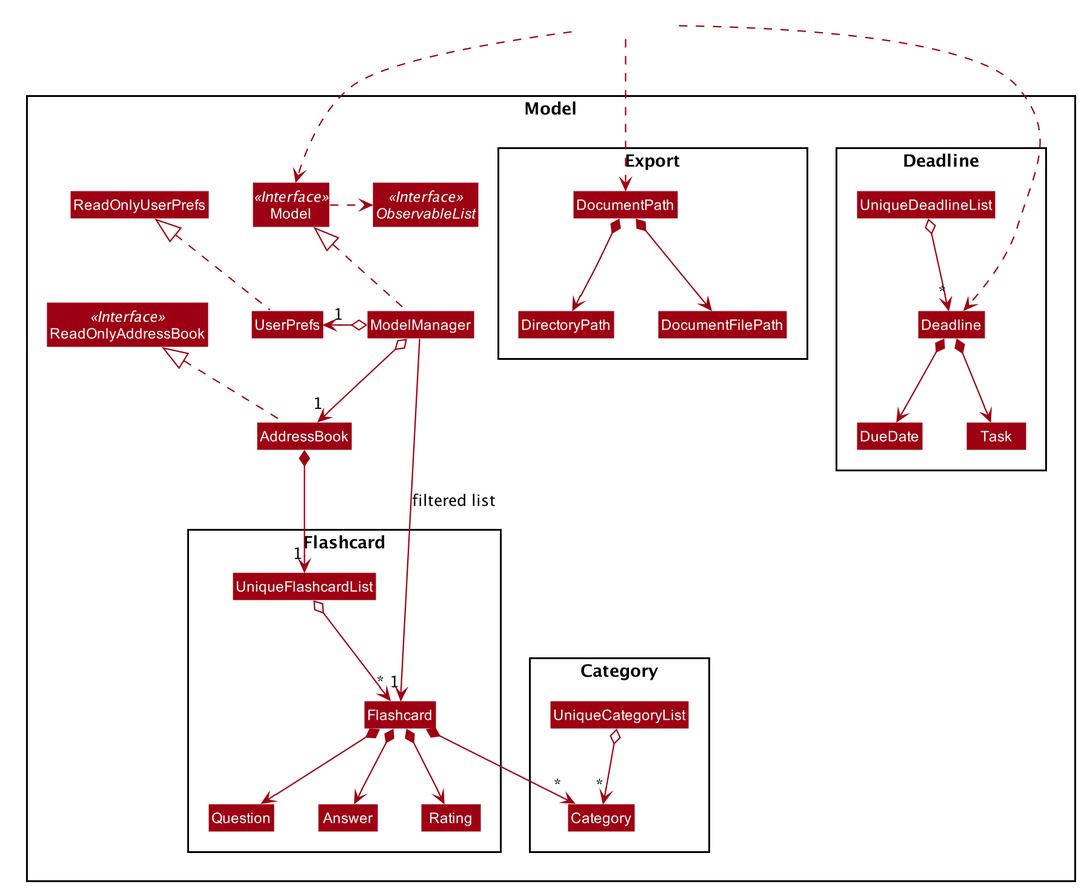
Above: docs/images/ModelClassDiagram.png in nus-cs2103-AY1920S1/addressbook-level3 (PlantUML), before the change.
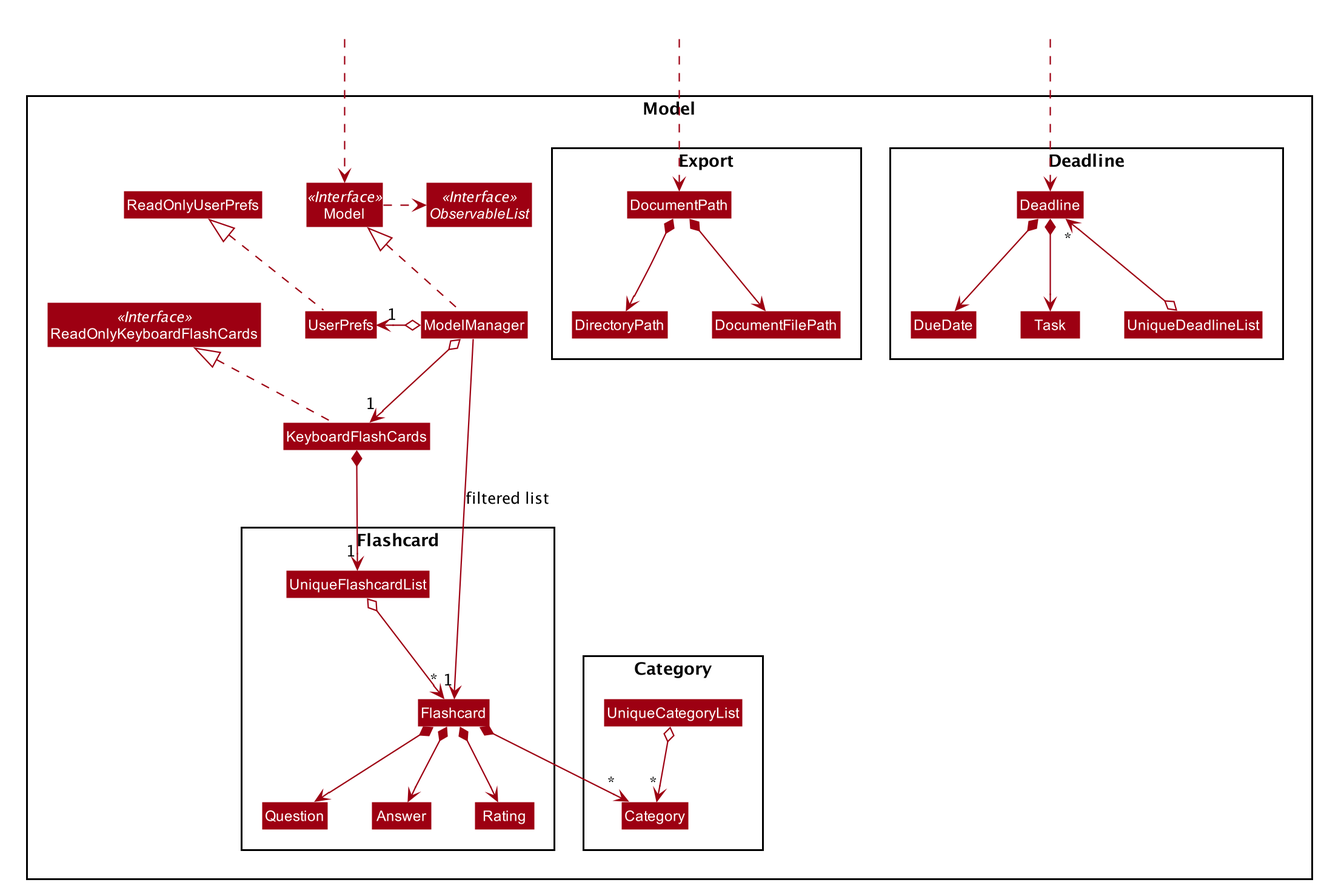
The same diagram one commit later.

What changed in the source:
```diff
@@ -49,16 +49,17 @@
 hide footbox
 hide members
 hide circle
+
 skinparam arrowThickness 1.1
 skinparam arrowColor #9D0012
 skinparam classBackgroundColor #9D0012
 
 Package Model <<Rectangle>>{
-Interface ReadOnlyAddressBook <<Interface>>
+Interface ReadOnlyKeyboardFlashCards <<Interface>>
 Interface Model <<Interface>>
 Interface ObservableList <<Interface>>
-Class AddressBook
-Class ReadOnlyAddressBook
+Class KeyboardFlashCards
+Class ReadOnlyKeyboardFlashCards
 Class Model
 Class ModelManager
 Class UserPrefs
@@ -76,6 +77,7 @@
 Class UniqueCategoryList
 Class Category
 }
+
 Package Deadline  {
 Class Deadline
 Class DueDate
@@ -91,19 +93,22 @@
 
 }
 
-Class HiddenOutside #FFFFFF
-HiddenOutside ..> Model
-HiddenOutside ..> DocumentPath
-HiddenOutside ..> Deadline
-AddressBook .up.|> ReadOnlyAddressBook
+Class HiddenOutside1 #FFFFFF
+Class HiddenOutside2 #FFFFFF
+Class HiddenOutside3 #FFFFFF
+HiddenOutside1 ..> Model
+HiddenOutside2 ..> DocumentPath
+HiddenOutside3 ..> Deadline
+
+ReadOnlyKeyboardFlashCards <|..KeyboardFlashCards
 
 ModelManager .up.|> Model
 Model .right.> ObservableList
-ModelManager o--> "1" AddressBook
+ModelManager o--> "1" KeyboardFlashCards
 ModelManager o-left-> "1" UserPrefs
 UserPrefs .up.|> ReadOnlyUserPrefs
 
-AddressBook *--> "1" UniqueFlashcardList
+KeyboardFlashCards *--> "1" UniqueFlashcardList
 UniqueFlashcardList o--> "*" Flashcard
 Flashcard *--> Question
 Flashcard *--> Answer
@@ -122,5 +127,5 @@
 
 Deadline *--> Task
 Deadline*--> DueDate
-UniqueDeadlineList o--> "*" Deadline
+UniqueDeadlineList o-up-> "*" Deadline
 @enduml
```
